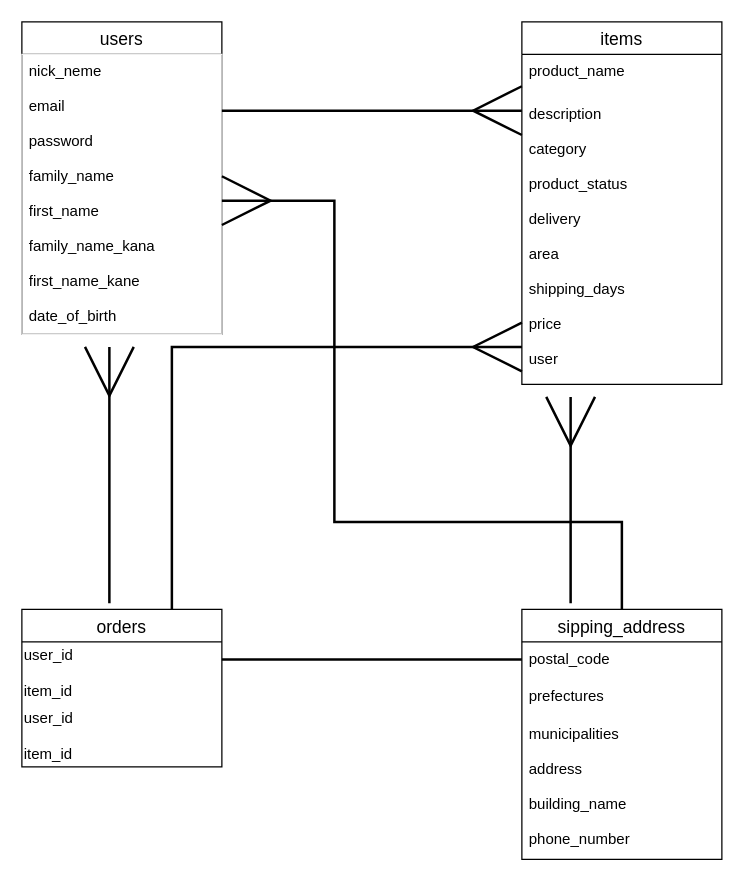
nikumiso213/furima-30560 keeps this draw.io diagram as er.dio. Above is the earlier version. Source tidied: cells renumbered, new cells numbered last; positions are measured from the earlier drawing's top-left corner, leaving out a move shared by most shapes. Both pictures are drawn from the tidied source at 125%, with x=0, y=0 at pixel (21, 21).
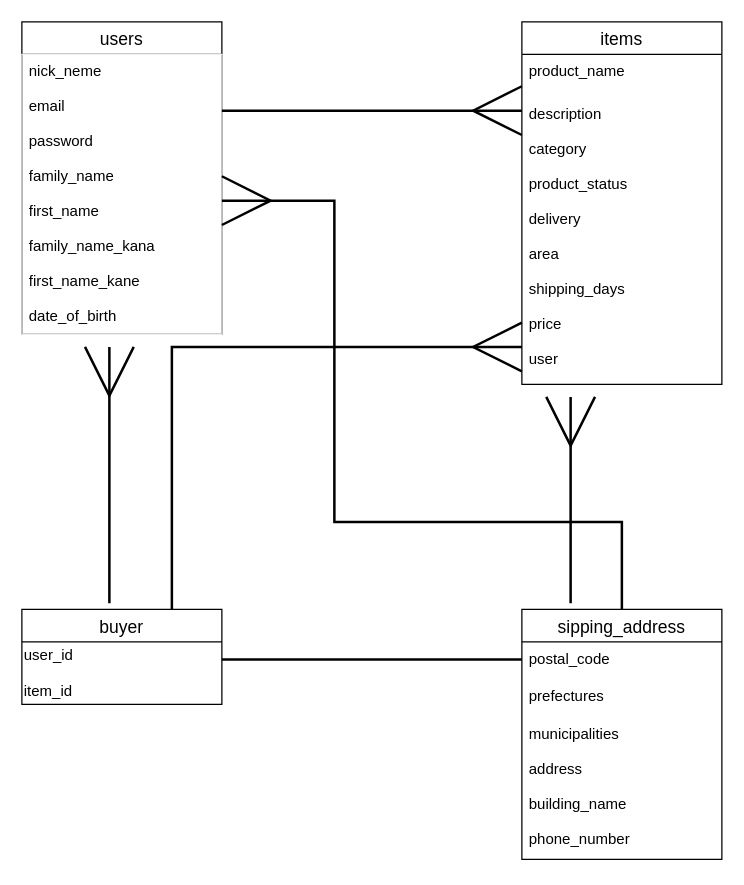
Above is the later version.

Diff of the diagram source:
```diff
@@
-    <mxCell id="10" value="orders" style="swimlane;fontStyle=0;horizontal=1;startSize=26;align=center;fontSize=14;" parent="1" vertex="1">
-      <mxGeometry y="470" width="160" height="126" as="geometry" />
+    <mxCell id="10" value="buyer" style="swimlane;fontStyle=0;horizontal=1;startSize=26;align=center;fontSize=14;" parent="1" vertex="1">
+      <mxGeometry y="470" width="160" height="76" as="geometry" />
     </mxCell>
@@
-    <mxCell id="12" value="user_id&lt;br&gt;&lt;br&gt;&lt;div&gt;&lt;span&gt;item_id&lt;/span&gt;&lt;/div&gt;" style="text;html=1;align=left;verticalAlign=middle;" parent="10" vertex="1">
-      <mxGeometry y="76" width="160" height="50" as="geometry" />
-    </mxCell>
```
